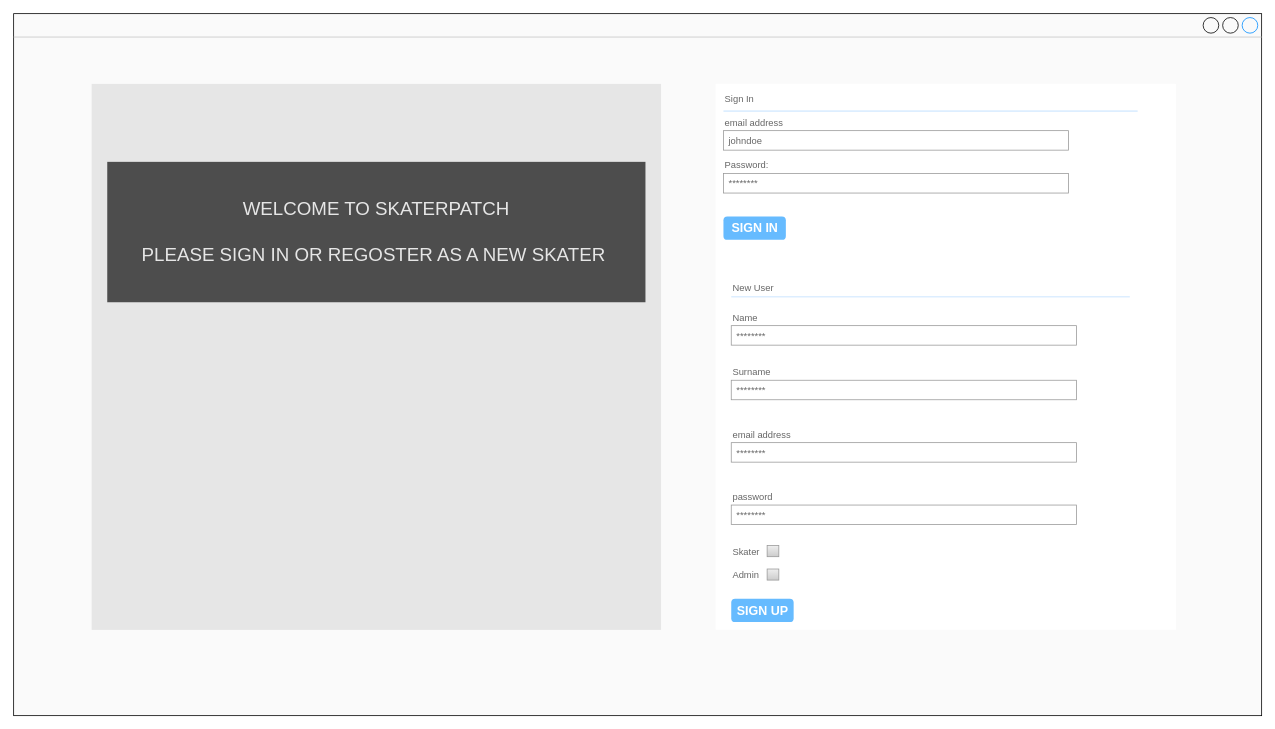
This is page "SKATER SIGN IN DESKTOP" (1 of 22) of SkaterPatchTimeApp.drawio from neilbenjamin/SkaterPatchTime, a draw.io file, before an edit. Source tidied: cells renumbered, new cells numbered last; positions are measured from the earlier drawing's top-left corner, leaving out a move shared by most shapes. Both pictures are drawn from the tidied source at 78%, with x=0, y=0 at pixel (13, 13).
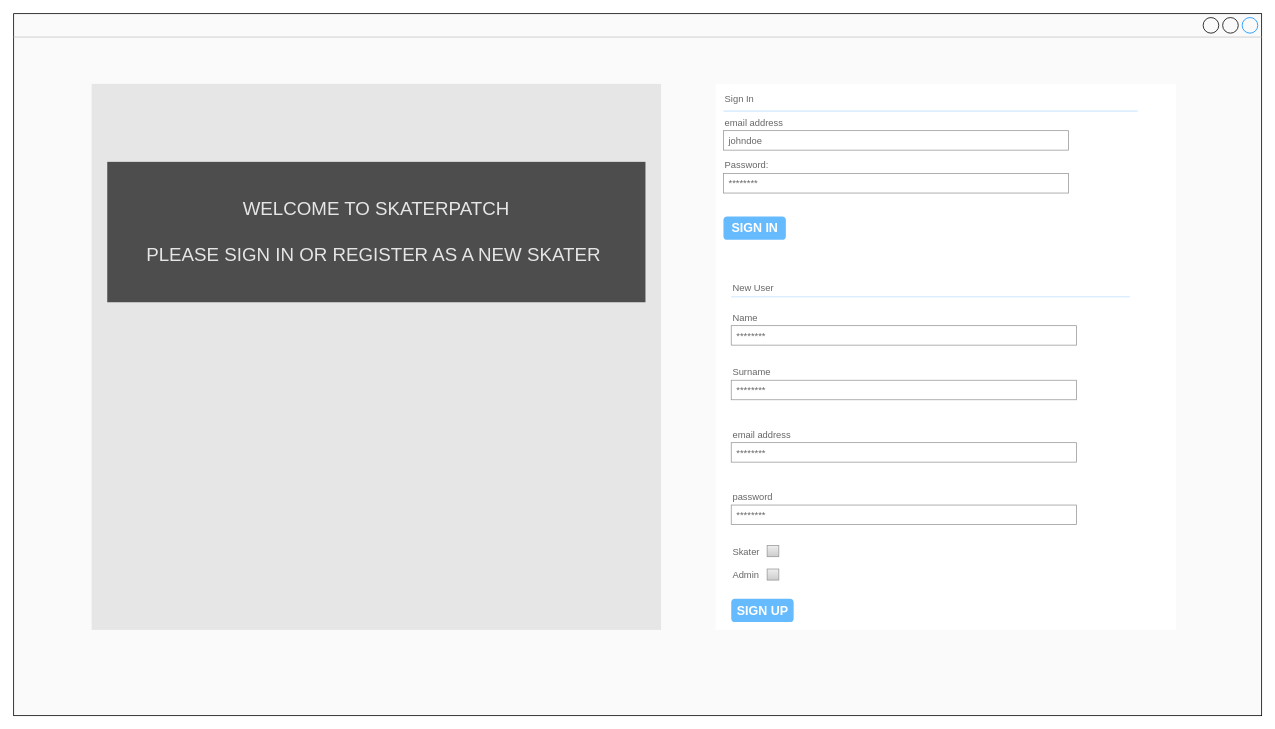
The same diagram, later.

Change to the diagram source:
```diff
@@
-    <mxCell id="4" value="&lt;font style=&quot;font-size: 24px;&quot;&gt;WELCOME TO SKATERPATCH&lt;br&gt;&lt;br&gt;PLEASE SIGN IN OR REGOSTER AS A NEW SKATER&amp;nbsp;&lt;/font&gt;" style="whiteSpace=wrap;html=1;strokeColor=none;fontColor=#E6E6E6;fillColor=#4D4D4D;" parent="1" vertex="1">
+    <mxCell id="4" value="&lt;font style=&quot;font-size: 24px;&quot;&gt;WELCOME TO SKATERPATCH&lt;br&gt;&lt;br&gt;PLEASE SIGN IN OR REGISTER AS A NEW SKATER&amp;nbsp;&lt;/font&gt;" style="whiteSpace=wrap;html=1;strokeColor=none;fontColor=#E6E6E6;fillColor=#4D4D4D;" parent="1" vertex="1">
       <mxGeometry x="120" y="190" width="690" height="180" as="geometry" />
     </mxCell>
```
